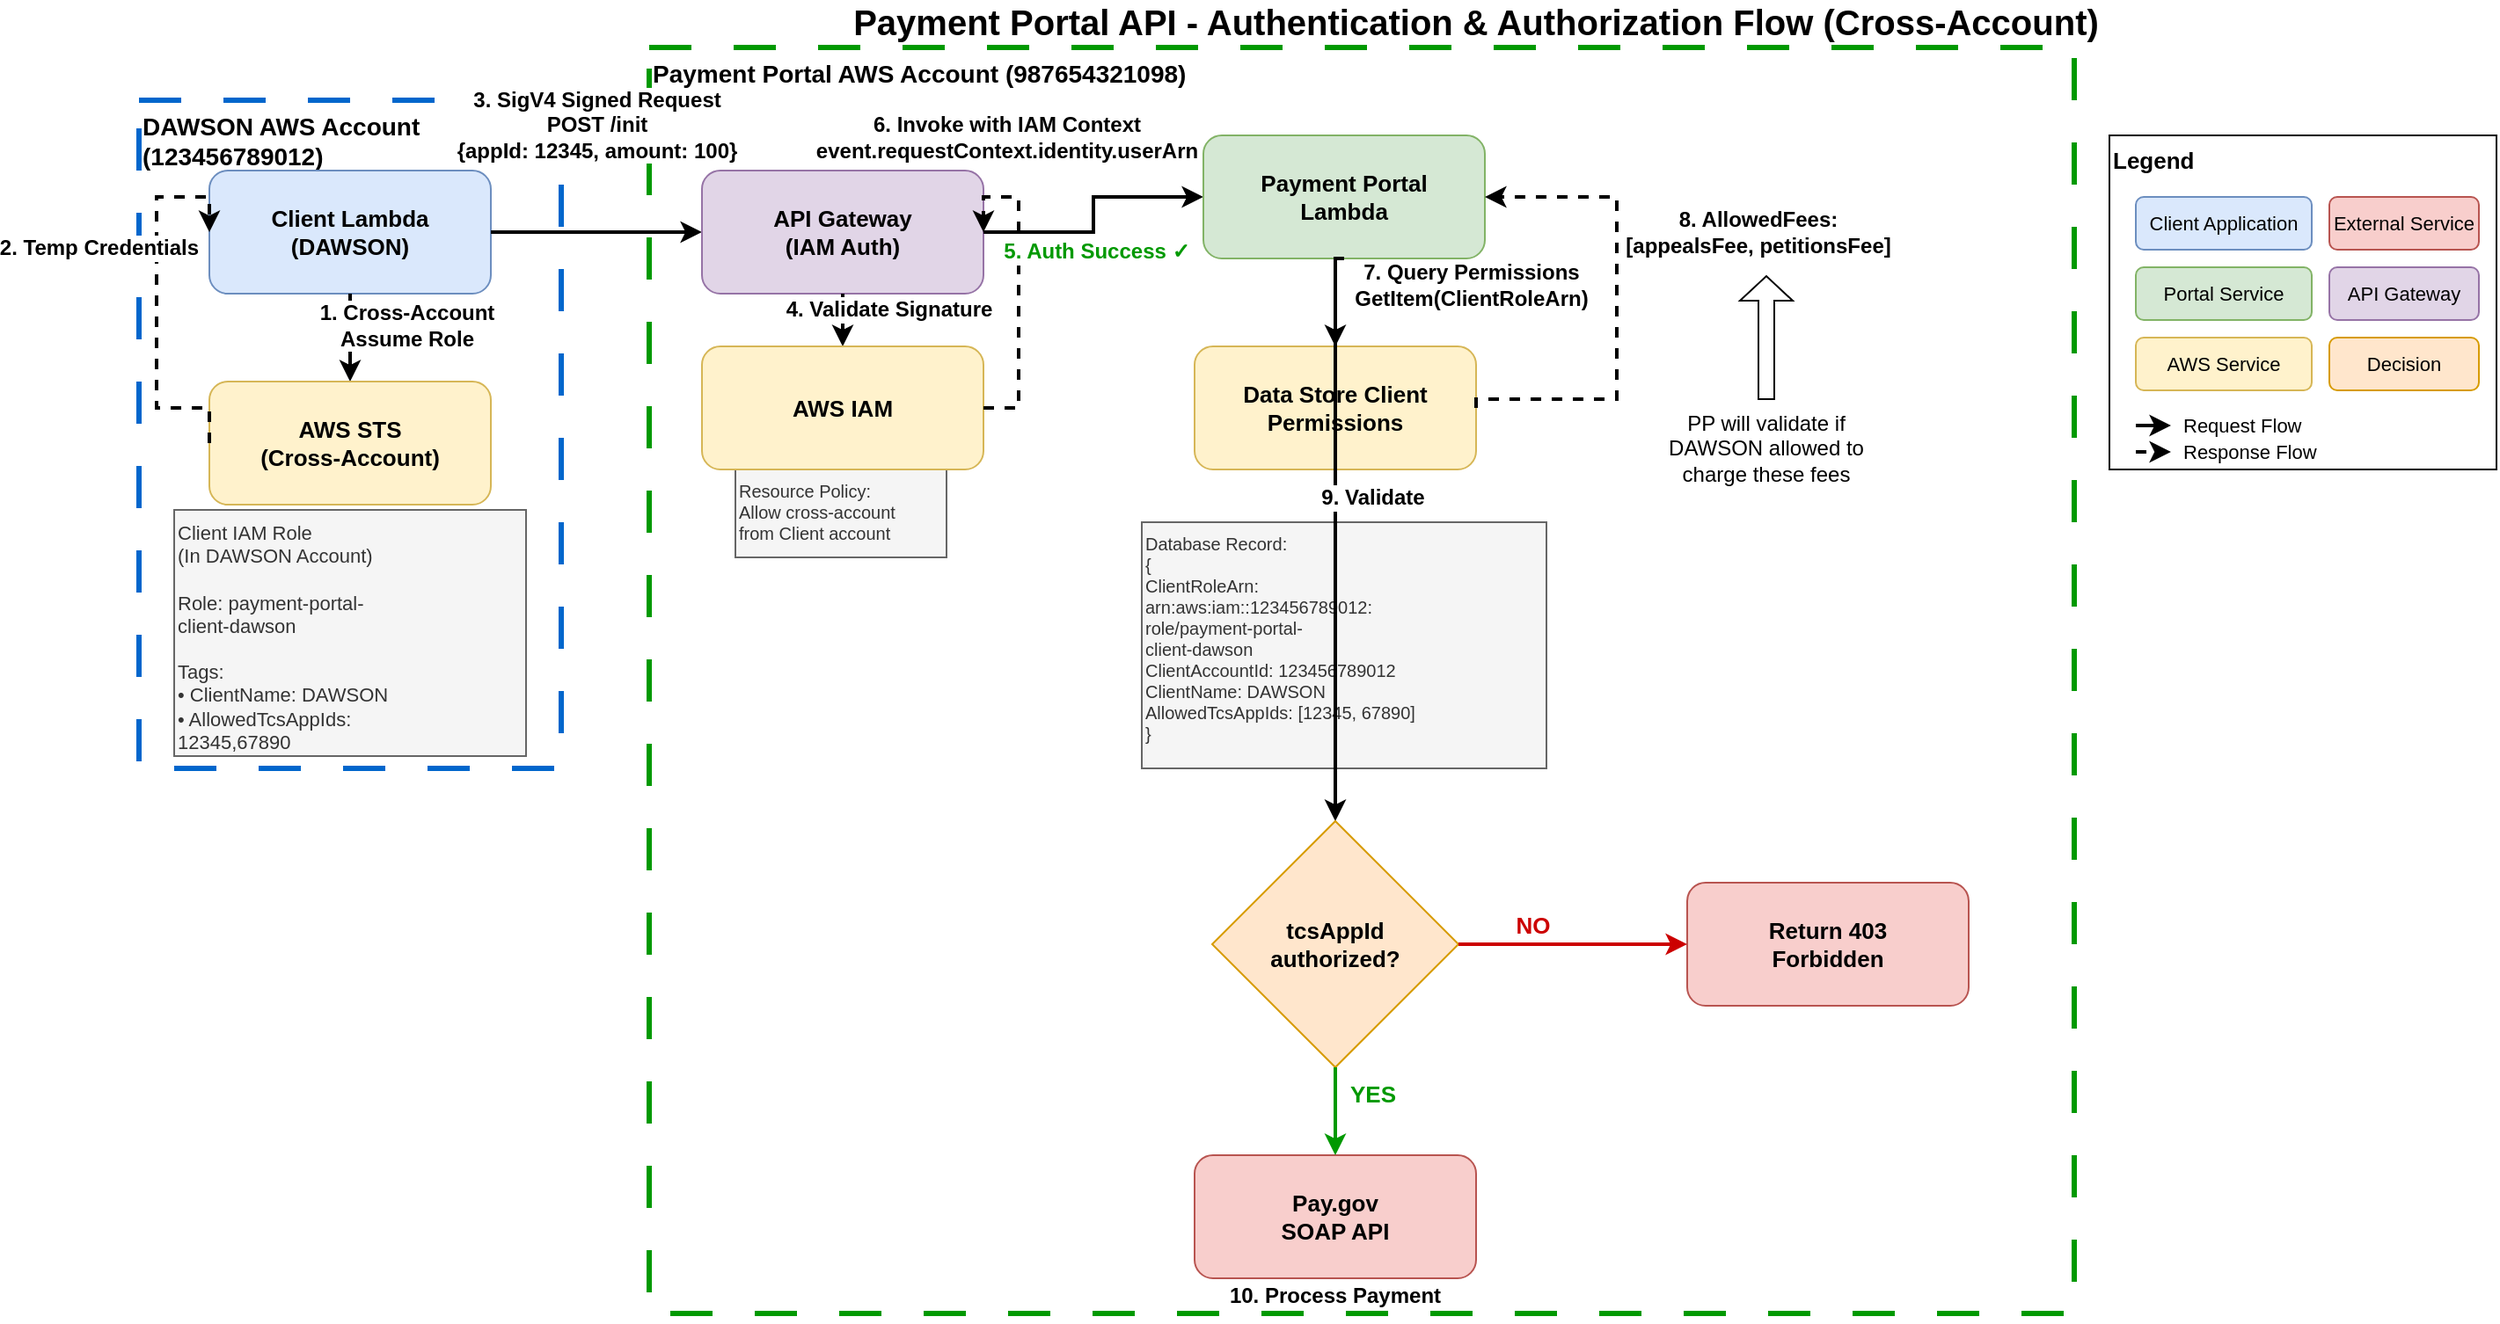
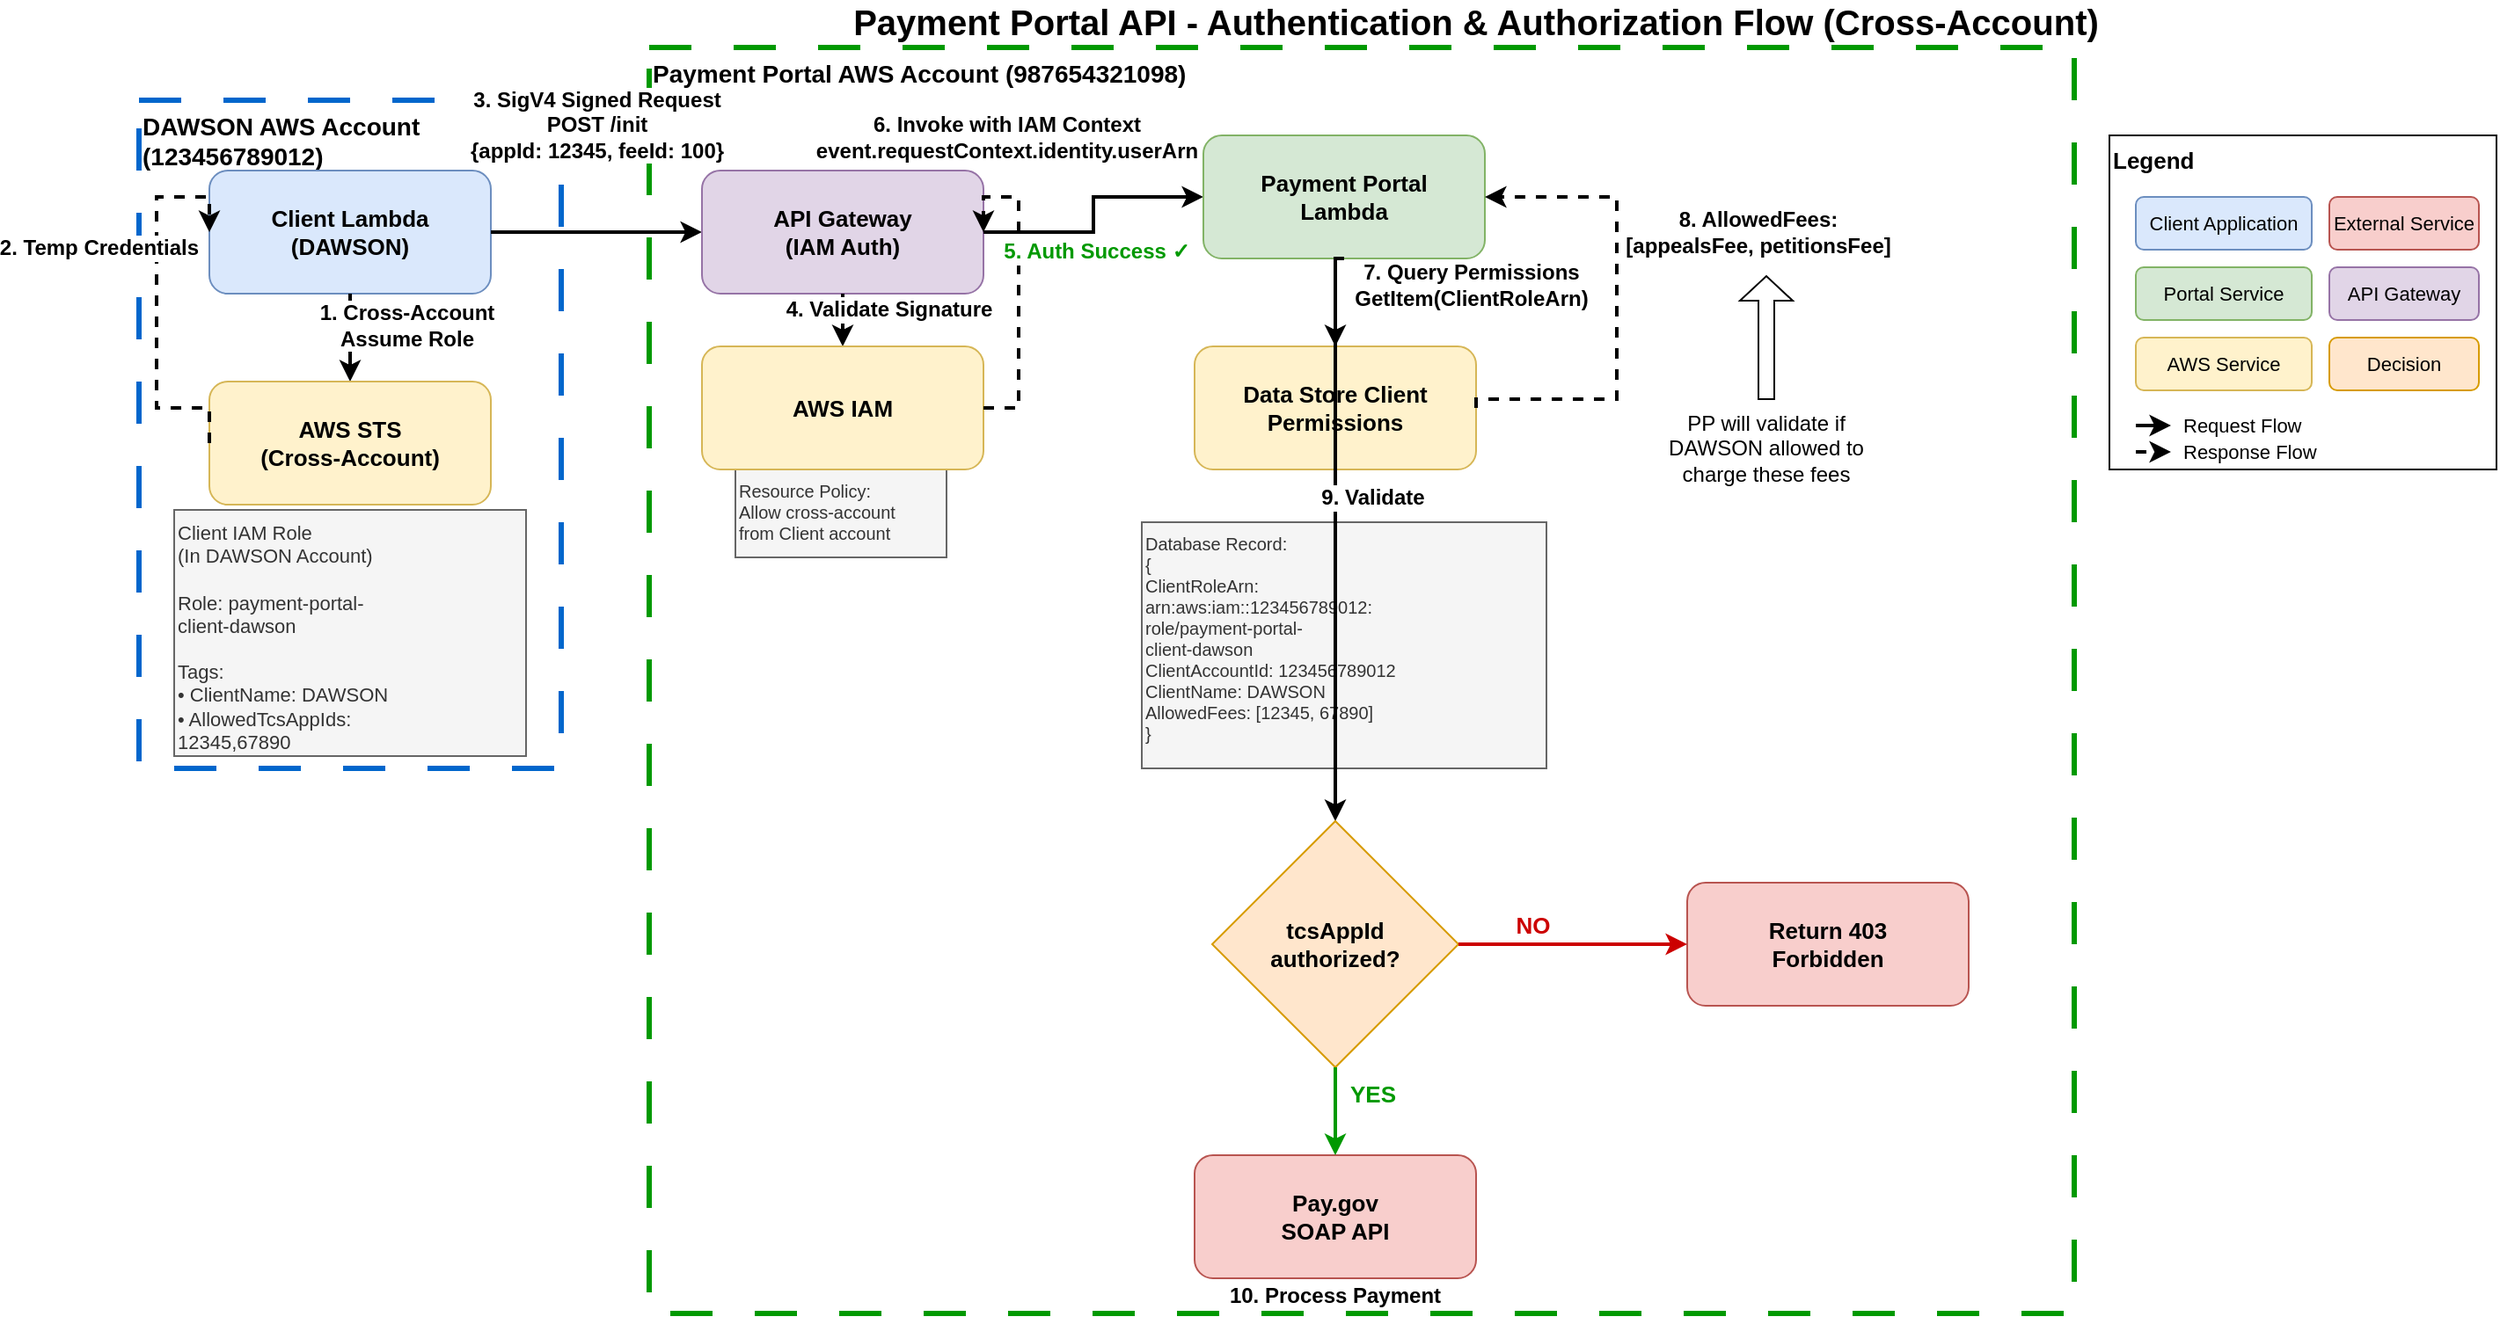
<mxfile host="65bd71144e">
    <diagram name="Authentication and Authorization Flow" id="auth-flow">
-         <mxGraphModel dx="2385" dy="451" grid="1" gridSize="10" guides="1" tooltips="1" connect="1" arrows="1" fold="1" page="1" pageScale="1" pageWidth="1400" pageHeight="900" math="0" shadow="0">
+         <mxGraphModel dx="2805" dy="820" grid="1" gridSize="10" guides="1" tooltips="1" connect="1" arrows="1" fold="1" page="1" pageScale="1" pageWidth="1400" pageHeight="900" math="0" shadow="0">
            <root>
                <mxCell id="0"/>
                <mxCell id="1" parent="0"/>
                <mxCell id="title" value="Payment Portal API - Authentication &amp; Authorization Flow (Cross-Account)" style="text;html=1;strokeColor=none;fillColor=none;align=center;verticalAlign=middle;whiteSpace=wrap;rounded=0;fontSize=20;fontStyle=1" parent="1" vertex="1">
                    <mxGeometry x="400" y="10" width="760" height="10" as="geometry"/>
                </mxCell>
                <mxCell id="dawson-account-boundary" value="DAWSON AWS Account (123456789012)" style="rounded=0;whiteSpace=wrap;html=1;fillColor=none;strokeColor=#0066CC;fontSize=14;fontStyle=1;align=left;verticalAlign=top;dashed=1;dashPattern=8 8;strokeWidth=3;" parent="1" vertex="1">
                    <mxGeometry x="20" y="60" width="240" height="380" as="geometry"/>
                </mxCell>
                <mxCell id="portal-account-boundary" value="Payment Portal AWS Account (987654321098)" style="rounded=0;whiteSpace=wrap;html=1;fillColor=none;strokeColor=#009900;fontSize=14;fontStyle=1;align=left;verticalAlign=top;dashed=1;dashPattern=8 8;strokeWidth=3;" parent="1" vertex="1">
                    <mxGeometry x="310" y="30" width="810" height="720" as="geometry"/>
                </mxCell>
                <mxCell id="client-lambda" value="Client Lambda&#xa;(DAWSON)" style="rounded=1;whiteSpace=wrap;html=1;fillColor=#dae8fc;strokeColor=#6c8ebf;fontSize=13;fontStyle=1;verticalAlign=middle;" parent="1" vertex="1">
                    <mxGeometry x="60" y="100" width="160" height="70" as="geometry"/>
                </mxCell>
                <mxCell id="step1-arrow" style="edgeStyle=orthogonalEdgeStyle;rounded=0;orthogonalLoop=1;jettySize=auto;html=1;strokeWidth=2;entryX=0.5;entryY=0;entryDx=0;entryDy=0;" parent="1" source="client-lambda" target="sts" edge="1">
                    <mxGeometry relative="1" as="geometry"/>
                </mxCell>
                <mxCell id="step1-label" value="1. Cross-Account&#xa;Assume Role" style="edgeLabel;html=1;align=center;verticalAlign=middle;resizable=0;points=[];fontSize=12;fontStyle=1;labelBackgroundColor=#ffffff;" parent="step1-arrow" vertex="1" connectable="0">
                    <mxGeometry x="-0.1" y="2" relative="1" as="geometry">
                        <mxPoint x="30" y="-5" as="offset"/>
                    </mxGeometry>
                </mxCell>
                <mxCell id="sts" value="AWS STS&#xa;(Cross-Account)" style="rounded=1;whiteSpace=wrap;html=1;fillColor=#fff2cc;strokeColor=#d6b656;fontSize=13;fontStyle=1;verticalAlign=middle;" parent="1" vertex="1">
                    <mxGeometry x="60" y="220" width="160" height="70" as="geometry"/>
                </mxCell>
                <mxCell id="step2-arrow" style="edgeStyle=orthogonalEdgeStyle;rounded=0;orthogonalLoop=1;jettySize=auto;html=1;strokeWidth=2;dashed=1;exitX=0;exitY=0.5;exitDx=0;exitDy=0;entryX=0;entryY=0.5;entryDx=0;entryDy=0;" parent="1" source="sts" target="client-lambda" edge="1">
                    <mxGeometry relative="1" as="geometry">
                        <Array as="points">
                            <mxPoint x="30" y="235"/>
                            <mxPoint x="30" y="115"/>
                        </Array>
                    </mxGeometry>
                </mxCell>
                <mxCell id="step2-label" value="2. Temp Credentials" style="edgeLabel;html=1;align=center;verticalAlign=middle;resizable=0;points=[];fontSize=12;fontStyle=1;labelBackgroundColor=#ffffff;" parent="step2-arrow" vertex="1" connectable="0">
                    <mxGeometry x="0.1" y="-2" relative="1" as="geometry">
                        <mxPoint x="-35" y="-20" as="offset"/>
                    </mxGeometry>
                </mxCell>
                <mxCell id="iam-role-box" value="Client IAM Role&#xa;(In DAWSON Account)&#xa;&#xa;Role: payment-portal-&#xa;client-dawson&#xa;&#xa;Tags:&#xa;• ClientName: DAWSON&#xa;• AllowedTcsAppIds:&#xa;  12345,67890" style="rounded=0;whiteSpace=wrap;html=1;fillColor=#f5f5f5;strokeColor=#666666;fontSize=11;align=left;verticalAlign=top;fontColor=#333333;" parent="1" vertex="1">
                    <mxGeometry x="40" y="293" width="200" height="140" as="geometry"/>
                </mxCell>
                <mxCell id="step3-arrow" style="edgeStyle=orthogonalEdgeStyle;rounded=0;orthogonalLoop=1;jettySize=auto;html=1;strokeWidth=2;exitX=1;exitY=0.5;exitDx=0;exitDy=0;entryX=0;entryY=0.5;entryDx=0;entryDy=0;" parent="1" source="client-lambda" target="api-gateway" edge="1">
                    <mxGeometry relative="1" as="geometry"/>
                </mxCell>
-                 <mxCell id="step3-label" value="3. SigV4 Signed Request&#xa;POST /init&#xa;{appId: 12345, amount: 100}" style="edgeLabel;html=1;align=center;verticalAlign=middle;resizable=0;points=[];fontSize=12;fontStyle=1;labelBackgroundColor=#ffffff;" parent="step3-arrow" vertex="1" connectable="0">
+                 <mxCell id="step3-label" value="3. SigV4 Signed Request&lt;br&gt;POST /init&lt;br&gt;{appId: 12345, feeId: 100}" style="edgeLabel;html=1;align=center;verticalAlign=middle;resizable=0;points=[];fontSize=12;fontStyle=1;labelBackgroundColor=#ffffff;" parent="step3-arrow" vertex="1" connectable="0">
                    <mxGeometry x="-0.05" y="2" relative="1" as="geometry">
                        <mxPoint x="3" y="-59" as="offset"/>
                    </mxGeometry>
                </mxCell>
                <mxCell id="api-gateway" value="API Gateway&#xa;(IAM Auth)" style="rounded=1;whiteSpace=wrap;html=1;fillColor=#e1d5e7;strokeColor=#9673a6;fontSize=13;fontStyle=1;verticalAlign=middle;" parent="1" vertex="1">
                    <mxGeometry x="340" y="100" width="160" height="70" as="geometry"/>
                </mxCell>
                <mxCell id="api-gateway-policy" value="Resource Policy:&lt;br&gt;Allow cross-account&lt;br&gt;from Client account" style="rounded=0;whiteSpace=wrap;html=1;fillColor=#f5f5f5;strokeColor=#666666;fontSize=10;align=left;verticalAlign=top;fontColor=#333333;" parent="1" vertex="1">
                    <mxGeometry x="359" y="270" width="120" height="50" as="geometry"/>
                </mxCell>
                <mxCell id="step4-arrow" style="edgeStyle=orthogonalEdgeStyle;rounded=0;orthogonalLoop=1;jettySize=auto;html=1;strokeWidth=2;exitX=0.5;exitY=1;exitDx=0;exitDy=0;entryX=0.5;entryY=0;entryDx=0;entryDy=0;" parent="1" source="api-gateway" target="iam-service" edge="1">
                    <mxGeometry relative="1" as="geometry"/>
                </mxCell>
                <mxCell id="step4-label" value="4. Validate Signature" style="edgeLabel;html=1;align=center;verticalAlign=middle;resizable=0;points=[];fontSize=12;fontStyle=1;labelBackgroundColor=#ffffff;" parent="step4-arrow" vertex="1" connectable="0">
                    <mxGeometry x="-0.1" y="1" relative="1" as="geometry">
                        <mxPoint x="25" y="-5" as="offset"/>
                    </mxGeometry>
                </mxCell>
                <mxCell id="iam-service" value="AWS IAM" style="rounded=1;whiteSpace=wrap;html=1;fillColor=#fff2cc;strokeColor=#d6b656;fontSize=13;fontStyle=1;verticalAlign=middle;" parent="1" vertex="1">
                    <mxGeometry x="340" y="200" width="160" height="70" as="geometry"/>
                </mxCell>
                <mxCell id="step5-arrow" style="edgeStyle=orthogonalEdgeStyle;rounded=0;orthogonalLoop=1;jettySize=auto;html=1;strokeWidth=2;dashed=1;exitX=1;exitY=0.5;exitDx=0;exitDy=0;entryX=1;entryY=0.5;entryDx=0;entryDy=0;" parent="1" source="iam-service" target="api-gateway" edge="1">
                    <mxGeometry relative="1" as="geometry">
                        <Array as="points">
                            <mxPoint x="520" y="235"/>
                            <mxPoint x="520" y="115"/>
                        </Array>
                    </mxGeometry>
                </mxCell>
                <mxCell id="step5-label" value="5. Auth Success ✓" style="edgeLabel;html=1;align=center;verticalAlign=middle;resizable=0;points=[];fontSize=12;fontStyle=1;fontColor=#009900;labelBackgroundColor=#ffffff;" parent="step5-arrow" vertex="1" connectable="0">
                    <mxGeometry x="0.15" y="1" relative="1" as="geometry">
                        <mxPoint x="45" y="-6" as="offset"/>
                    </mxGeometry>
                </mxCell>
                <mxCell id="step6-arrow" style="edgeStyle=orthogonalEdgeStyle;rounded=0;orthogonalLoop=1;jettySize=auto;html=1;strokeWidth=2;exitX=1;exitY=0.5;exitDx=0;exitDy=0;entryX=0;entryY=0.5;entryDx=0;entryDy=0;" parent="1" source="api-gateway" target="portal-lambda" edge="1">
                    <mxGeometry relative="1" as="geometry"/>
                </mxCell>
                <mxCell id="step6-label" value="6. Invoke with IAM Context&#xa;event.requestContext.identity.userArn" style="edgeLabel;html=1;align=center;verticalAlign=middle;resizable=0;points=[];fontSize=12;fontStyle=1;labelBackgroundColor=#ffffff;" parent="step6-arrow" vertex="1" connectable="0">
                    <mxGeometry x="-0.05" y="2" relative="1" as="geometry">
                        <mxPoint x="-48" y="-48" as="offset"/>
                    </mxGeometry>
                </mxCell>
                <mxCell id="portal-lambda" value="Payment Portal&#xa;Lambda" style="rounded=1;whiteSpace=wrap;html=1;fillColor=#d5e8d4;strokeColor=#82b366;fontSize=13;fontStyle=1;verticalAlign=middle;" parent="1" vertex="1">
                    <mxGeometry x="625" y="80" width="160" height="70" as="geometry"/>
                </mxCell>
                <mxCell id="step7-arrow" style="edgeStyle=orthogonalEdgeStyle;rounded=0;orthogonalLoop=1;jettySize=auto;html=1;strokeWidth=2;exitX=0.5;exitY=1;exitDx=0;exitDy=0;entryX=0.5;entryY=0;entryDx=0;entryDy=0;" parent="1" source="portal-lambda" target="database" edge="1">
                    <mxGeometry relative="1" as="geometry">
                        <Array as="points">
                            <mxPoint x="700" y="150"/>
                        </Array>
                    </mxGeometry>
                </mxCell>
                <mxCell id="step7-label" value="7. Query Permissions&#xa;GetItem(ClientRoleArn)" style="edgeLabel;html=1;align=center;verticalAlign=middle;resizable=0;points=[];fontSize=12;fontStyle=1;labelBackgroundColor=#ffffff;" parent="step7-arrow" vertex="1" connectable="0">
                    <mxGeometry x="-0.1" y="2" relative="1" as="geometry">
                        <mxPoint x="75" y="-5" as="offset"/>
                    </mxGeometry>
                </mxCell>
                <object label="Data Store Client Permissions" id="database">
                    <mxCell style="rounded=1;whiteSpace=wrap;html=1;fillColor=#fff2cc;strokeColor=#d6b656;fontSize=13;fontStyle=1;verticalAlign=middle;" parent="1" vertex="1">
                        <mxGeometry x="620" y="200" width="160" height="70" as="geometry"/>
                    </mxCell>
                </object>
                <mxCell id="step8-arrow" style="edgeStyle=orthogonalEdgeStyle;rounded=0;orthogonalLoop=1;jettySize=auto;html=1;strokeWidth=2;dashed=1;exitX=1;exitY=0.5;exitDx=0;exitDy=0;entryX=1;entryY=0.5;entryDx=0;entryDy=0;" parent="1" source="database" target="portal-lambda" edge="1">
                    <mxGeometry relative="1" as="geometry">
                        <Array as="points">
                            <mxPoint x="780" y="230"/>
                            <mxPoint x="860" y="230"/>
                            <mxPoint x="860" y="115"/>
                        </Array>
                    </mxGeometry>
                </mxCell>
                <mxCell id="step8-label" value="8. AllowedFees:&lt;br&gt;[appealsFee, petitionsFee]" style="edgeLabel;html=1;align=center;verticalAlign=middle;resizable=0;points=[];fontSize=12;fontStyle=1;labelBackgroundColor=#ffffff;" parent="step8-arrow" vertex="1" connectable="0">
                    <mxGeometry x="0.15" y="1" relative="1" as="geometry">
                        <mxPoint x="81" y="-22" as="offset"/>
                    </mxGeometry>
                </mxCell>
-                 <object label="Database Record:&lt;br&gt;{&lt;br&gt;  ClientRoleArn:&lt;br&gt;    arn:aws:iam::123456789012:&lt;br&gt;    role/payment-portal-&lt;br&gt;    client-dawson&lt;br&gt;  ClientAccountId: 123456789012&lt;br&gt;  ClientName: DAWSON&lt;br&gt;  AllowedTcsAppIds: [12345, 67890]&lt;br&gt;}" id="datastore-details">
+                 <object label="Database Record:&lt;br&gt;{&lt;br&gt;  ClientRoleArn:&lt;br&gt;    arn:aws:iam::123456789012:&lt;br&gt;    role/payment-portal-&lt;br&gt;    client-dawson&lt;br&gt;  ClientAccountId: 123456789012&lt;br&gt;  ClientName: DAWSON&lt;br&gt;  AllowedFees: [12345, 67890]&lt;br&gt;}" id="datastore-details">
                    <mxCell style="rounded=0;whiteSpace=wrap;html=1;fillColor=#f5f5f5;strokeColor=#666666;fontSize=10;align=left;verticalAlign=top;fontColor=#333333;" parent="1" vertex="1">
                        <mxGeometry x="590" y="300" width="230" height="140" as="geometry"/>
                    </mxCell>
                </object>
                <mxCell id="step9-arrow" style="edgeStyle=orthogonalEdgeStyle;rounded=0;orthogonalLoop=1;jettySize=auto;html=1;strokeWidth=2;exitX=0.5;exitY=1;exitDx=0;exitDy=0;entryX=0.5;entryY=0;entryDx=0;entryDy=0;" parent="1" edge="1">
                    <mxGeometry relative="1" as="geometry">
                        <Array as="points">
                            <mxPoint x="700" y="150"/>
                        </Array>
                        <mxPoint x="705" y="150" as="sourcePoint"/>
                        <mxPoint x="700" y="470" as="targetPoint"/>
                    </mxGeometry>
                </mxCell>
                <mxCell id="step9-label" value="9. Validate" style="edgeLabel;html=1;align=center;verticalAlign=middle;resizable=0;points=[];fontSize=12;fontStyle=1;labelBackgroundColor=#ffffff;" parent="step9-arrow" vertex="1" connectable="0">
                    <mxGeometry x="-0.75" y="1" relative="1" as="geometry">
                        <mxPoint x="20" y="100" as="offset"/>
                    </mxGeometry>
                </mxCell>
                <mxCell id="decision" value="tcsAppId&#xa;authorized?" style="rhombus;whiteSpace=wrap;html=1;fillColor=#ffe6cc;strokeColor=#d79b00;fontSize=13;fontStyle=1" parent="1" vertex="1">
                    <mxGeometry x="630" y="470" width="140" height="140" as="geometry"/>
                </mxCell>
                <mxCell id="paygov" value="Pay.gov&#xa;SOAP API" style="rounded=1;whiteSpace=wrap;html=1;fillColor=#f8cecc;strokeColor=#b85450;fontSize=13;fontStyle=1;verticalAlign=middle;" parent="1" vertex="1">
                    <mxGeometry x="620" y="660" width="160" height="70" as="geometry"/>
                </mxCell>
                <mxCell id="yes-arrow" style="edgeStyle=orthogonalEdgeStyle;rounded=0;orthogonalLoop=1;jettySize=auto;html=1;strokeWidth=2;strokeColor=#009900;exitX=0.5;exitY=1;exitDx=0;exitDy=0;entryX=0.5;entryY=0;entryDx=0;entryDy=0;" parent="1" source="decision" target="paygov" edge="1">
                    <mxGeometry relative="1" as="geometry"/>
                </mxCell>
                <mxCell id="yes-label" value="YES" style="edgeLabel;html=1;align=center;verticalAlign=middle;resizable=0;points=[];fontSize=13;fontStyle=1;fontColor=#009900;labelBackgroundColor=#ffffff;" parent="yes-arrow" vertex="1" connectable="0">
                    <mxGeometry x="-0.2" y="1" relative="1" as="geometry">
                        <mxPoint x="20" y="-5" as="offset"/>
                    </mxGeometry>
                </mxCell>
                <mxCell id="forbidden" value="Return 403&#xa;Forbidden" style="rounded=1;whiteSpace=wrap;html=1;fillColor=#f8cecc;strokeColor=#b85450;fontSize=13;fontStyle=1;verticalAlign=middle;" parent="1" vertex="1">
                    <mxGeometry x="900" y="505" width="160" height="70" as="geometry"/>
                </mxCell>
                <mxCell id="no-arrow" style="edgeStyle=orthogonalEdgeStyle;rounded=0;orthogonalLoop=1;jettySize=auto;html=1;strokeWidth=2;strokeColor=#CC0000;exitX=1;exitY=0.5;exitDx=0;exitDy=0;entryX=0;entryY=0.5;entryDx=0;entryDy=0;" parent="1" source="decision" target="forbidden" edge="1">
                    <mxGeometry relative="1" as="geometry"/>
                </mxCell>
                <mxCell id="no-label" value="NO" style="edgeLabel;html=1;align=center;verticalAlign=middle;resizable=0;points=[];fontSize=13;fontStyle=1;fontColor=#CC0000;labelBackgroundColor=#ffffff;" parent="no-arrow" vertex="1" connectable="0">
                    <mxGeometry x="-0.2" y="1" relative="1" as="geometry">
                        <mxPoint x="-10" y="-10" as="offset"/>
                    </mxGeometry>
                </mxCell>
                <mxCell id="step10-label" value="10. Process Payment" style="text;html=1;strokeColor=none;fillColor=none;align=center;verticalAlign=middle;whiteSpace=wrap;rounded=0;fontSize=12;fontStyle=1" parent="1" vertex="1">
                    <mxGeometry x="620" y="725" width="160" height="30" as="geometry"/>
                </mxCell>
                <mxCell id="legend-box" value="Legend" style="rounded=0;whiteSpace=wrap;html=1;fillColor=#ffffff;strokeColor=#000000;fontSize=13;fontStyle=1;align=left;verticalAlign=top" parent="1" vertex="1">
                    <mxGeometry x="1140" y="80" width="220" height="190" as="geometry"/>
                </mxCell>
                <mxCell id="legend-client" value="Client Application" style="rounded=1;whiteSpace=wrap;html=1;fillColor=#dae8fc;strokeColor=#6c8ebf;fontSize=11;verticalAlign=middle;" parent="1" vertex="1">
                    <mxGeometry x="1155" y="115" width="100" height="30" as="geometry"/>
                </mxCell>
                <mxCell id="legend-portal" value="Portal Service" style="rounded=1;whiteSpace=wrap;html=1;fillColor=#d5e8d4;strokeColor=#82b366;fontSize=11;verticalAlign=middle;" parent="1" vertex="1">
                    <mxGeometry x="1155" y="155" width="100" height="30" as="geometry"/>
                </mxCell>
                <mxCell id="legend-aws" value="AWS Service" style="rounded=1;whiteSpace=wrap;html=1;fillColor=#fff2cc;strokeColor=#d6b656;fontSize=11;verticalAlign=middle;" parent="1" vertex="1">
                    <mxGeometry x="1155" y="195" width="100" height="30" as="geometry"/>
                </mxCell>
                <mxCell id="legend-external" value="External Service" style="rounded=1;whiteSpace=wrap;html=1;fillColor=#f8cecc;strokeColor=#b85450;fontSize=11;verticalAlign=middle;" parent="1" vertex="1">
                    <mxGeometry x="1265" y="115" width="85" height="30" as="geometry"/>
                </mxCell>
                <mxCell id="legend-gateway" value="API Gateway" style="rounded=1;whiteSpace=wrap;html=1;fillColor=#e1d5e7;strokeColor=#9673a6;fontSize=11;verticalAlign=middle;" parent="1" vertex="1">
                    <mxGeometry x="1265" y="155" width="85" height="30" as="geometry"/>
                </mxCell>
                <mxCell id="legend-decision" value="Decision" style="rounded=1;whiteSpace=wrap;html=1;fillColor=#ffe6cc;strokeColor=#d79b00;fontSize=11;verticalAlign=middle;" parent="1" vertex="1">
                    <mxGeometry x="1265" y="195" width="85" height="30" as="geometry"/>
                </mxCell>
                <mxCell id="legend-solid" value="Request Flow" style="text;html=1;strokeColor=none;fillColor=none;align=left;verticalAlign=middle;whiteSpace=wrap;rounded=0;fontSize=11;" parent="1" vertex="1">
                    <mxGeometry x="1180" y="235" width="100" height="20" as="geometry"/>
                </mxCell>
                <mxCell id="legend-solid-line" value="" style="endArrow=classic;html=1;strokeWidth=2;fontSize=11;" parent="1" edge="1">
                    <mxGeometry width="50" height="50" relative="1" as="geometry">
                        <mxPoint x="1155" y="245" as="sourcePoint"/>
                        <mxPoint x="1175" y="245" as="targetPoint"/>
                    </mxGeometry>
                </mxCell>
                <mxCell id="legend-dashed" value="Response Flow" style="text;html=1;strokeColor=none;fillColor=none;align=left;verticalAlign=middle;whiteSpace=wrap;rounded=0;fontSize=11;" parent="1" vertex="1">
                    <mxGeometry x="1180" y="250" width="100" height="20" as="geometry"/>
                </mxCell>
                <mxCell id="legend-dashed-line" value="" style="endArrow=classic;html=1;strokeWidth=2;dashed=1;fontSize=11;" parent="1" edge="1">
                    <mxGeometry width="50" height="50" relative="1" as="geometry">
                        <mxPoint x="1155" y="260" as="sourcePoint"/>
                        <mxPoint x="1175" y="260" as="targetPoint"/>
                    </mxGeometry>
                </mxCell>
                <mxCell id="2" value="PP will validate if DAWSON allowed to charge these fees" style="text;html=1;align=center;verticalAlign=middle;whiteSpace=wrap;rounded=0;" vertex="1" parent="1">
                    <mxGeometry x="880" y="223" width="130" height="70" as="geometry"/>
                </mxCell>
                <mxCell id="5" value="" style="shape=singleArrow;direction=north;whiteSpace=wrap;html=1;" vertex="1" parent="1">
                    <mxGeometry x="930" y="160" width="30" height="70" as="geometry"/>
                </mxCell>
            </root>
        </mxGraphModel>
    </diagram>
</mxfile>
